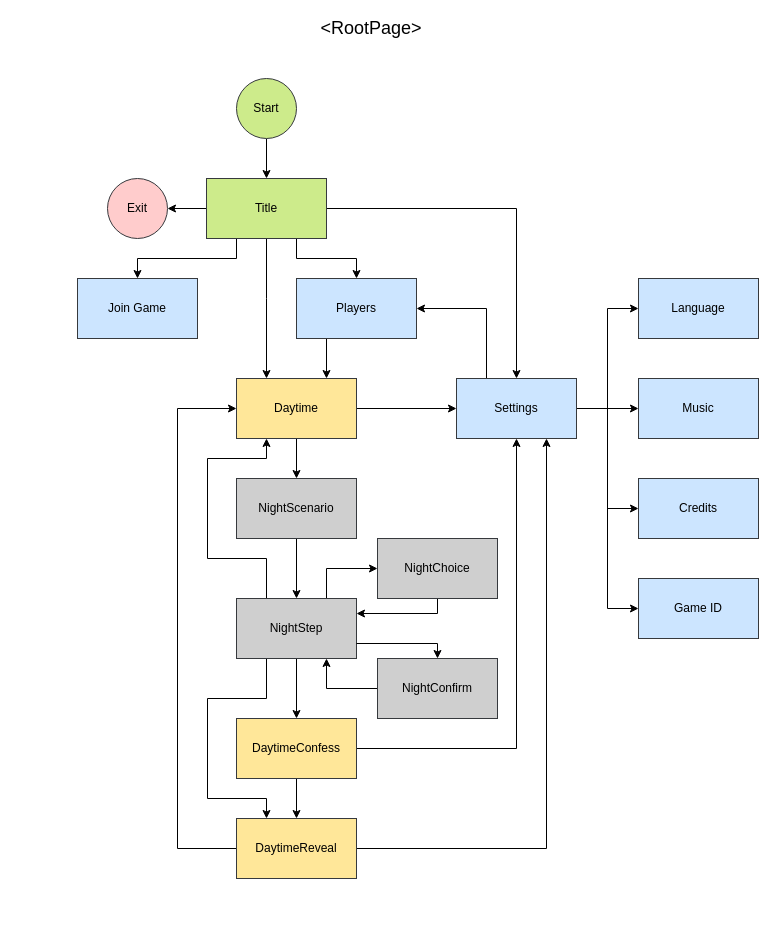
The draw.io diagram doc/Salem1692Moderator.drawio in ruittenb/salem-1692, before the edit. Source tidied: cells renumbered, new cells numbered last; positions are measured from the earlier drawing's top-left corner, leaving out a move shared by most shapes. Both pictures are drawn from the tidied source at 100%, with x=0, y=0 at pixel (77, 18).
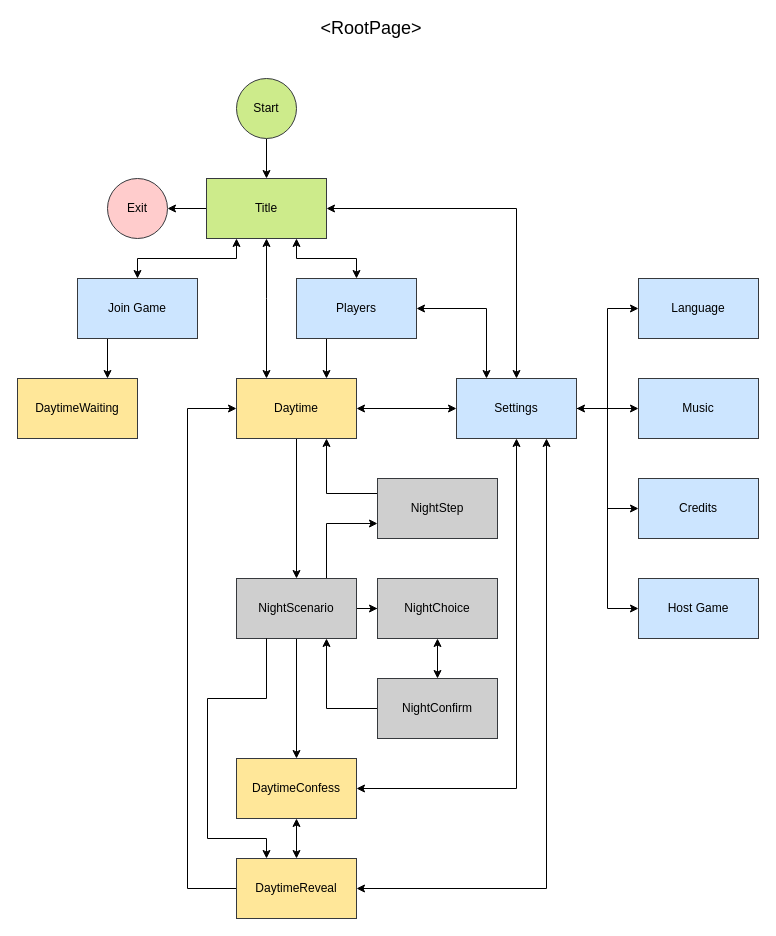
The same diagram, later.

Unchanged cells that the change refers to:
```xml
<mxCell id="7" value="Title" style="rounded=0;whiteSpace=wrap;html=1;fillColor=#cdeb8b;strokeColor=#36393d;" parent="1" vertex="1">
  <mxGeometry x="129" y="160" width="120" height="60" as="geometry" />
</mxCell>
<mxCell id="13" value="Settings" style="rounded=0;whiteSpace=wrap;html=1;fillColor=#cce5ff;strokeColor=#36393d;" parent="1" vertex="1">
  <mxGeometry x="379" y="360" width="120" height="60" as="geometry" />
</mxCell>
<mxCell id="18" value="Players" style="rounded=0;whiteSpace=wrap;html=1;fillColor=#cce5ff;strokeColor=#36393d;" parent="1" vertex="1">
  <mxGeometry x="219" y="260" width="120" height="60" as="geometry" />
</mxCell>
<mxCell id="20" value="Music" style="rounded=0;whiteSpace=wrap;html=1;fillColor=#cce5ff;strokeColor=#36393d;" parent="1" vertex="1">
  <mxGeometry x="561" y="360" width="120" height="60" as="geometry" />
</mxCell>
<mxCell id="25" value="Daytime" style="rounded=0;whiteSpace=wrap;html=1;strokeColor=#36393d;fillColor=#FFE799;" parent="1" vertex="1">
  <mxGeometry x="159" y="360" width="120" height="60" as="geometry" />
</mxCell>
<mxCell id="43" value="Join Game" style="rounded=0;whiteSpace=wrap;html=1;fillColor=#cce5ff;strokeColor=#36393d;" parent="1" vertex="1">
  <mxGeometry y="260" width="120" height="60" as="geometry" />
</mxCell>
```

The edit, as a diff of the source:
```diff
@@
-    <mxCell id="2" style="edgeStyle=orthogonalEdgeStyle;rounded=0;jettySize=auto;html=1;" parent="1" edge="1" source="7" target="13">
+    <mxCell id="2" style="edgeStyle=orthogonalEdgeStyle;rounded=0;jettySize=auto;html=1;startArrow=classic;startFill=1;" parent="1" edge="1" source="7" target="13">
       <mxGeometry relative="1" as="geometry" />
     </mxCell>
@@
-    <mxCell id="4" style="edgeStyle=orthogonalEdgeStyle;rounded=0;jettySize=auto;html=1;exitX=0.5;exitY=1;exitDx=0;exitDy=0;entryX=0.25;entryY=0;entryDx=0;entryDy=0;" parent="1" edge="1" source="7" target="25">
+    <mxCell id="4" style="edgeStyle=orthogonalEdgeStyle;rounded=0;jettySize=auto;html=1;exitX=0.5;exitY=1;exitDx=0;exitDy=0;entryX=0.25;entryY=0;entryDx=0;entryDy=0;startArrow=classic;startFill=1;" parent="1" edge="1" source="7" target="25">
       <mxGeometry relative="1" as="geometry">
         <Array as="points">
           <mxPoint x="189" y="280" />
           <mxPoint x="189" y="280" />
         </Array>
       </mxGeometry>
     </mxCell>
-    <mxCell id="5" style="edgeStyle=orthogonalEdgeStyle;rounded=0;jettySize=auto;html=1;entryX=0.5;entryY=0;entryDx=0;entryDy=0;exitX=0.75;exitY=1;exitDx=0;exitDy=0;" parent="1" edge="1" source="7" target="18">
+    <mxCell id="5" style="edgeStyle=orthogonalEdgeStyle;rounded=0;jettySize=auto;html=1;entryX=0.5;entryY=0;entryDx=0;entryDy=0;exitX=0.75;exitY=1;exitDx=0;exitDy=0;startArrow=classic;startFill=1;" parent="1" edge="1" source="7" target="18">
       <mxGeometry relative="1" as="geometry" />
     </mxCell>
-    <mxCell id="6" style="edgeStyle=orthogonalEdgeStyle;rounded=0;jettySize=auto;html=1;exitX=0.25;exitY=1;exitDx=0;exitDy=0;entryX=0.5;entryY=0;entryDx=0;entryDy=0;" parent="1" edge="1" source="7" target="43">
+    <mxCell id="6" style="edgeStyle=orthogonalEdgeStyle;rounded=0;jettySize=auto;html=1;exitX=0.25;exitY=1;exitDx=0;exitDy=0;entryX=0.5;entryY=0;entryDx=0;entryDy=0;startArrow=classic;startFill=1;" parent="1" edge="1" source="7" target="43">
       <mxGeometry relative="1" as="geometry" />
     </mxCell>
@@
-    <mxCell id="8" style="edgeStyle=orthogonalEdgeStyle;rounded=0;jettySize=auto;html=1;entryX=1;entryY=0.5;entryDx=0;entryDy=0;exitX=0.25;exitY=0;exitDx=0;exitDy=0;" parent="1" edge="1" source="13" target="18">
+    <mxCell id="8" style="edgeStyle=orthogonalEdgeStyle;rounded=0;jettySize=auto;html=1;entryX=1;entryY=0.5;entryDx=0;entryDy=0;exitX=0.25;exitY=0;exitDx=0;exitDy=0;startArrow=classic;startFill=1;" parent="1" edge="1" source="13" target="18">
       <mxGeometry relative="1" as="geometry" />
     </mxCell>
@@
-    <mxCell id="10" style="edgeStyle=orthogonalEdgeStyle;rounded=0;jettySize=auto;html=1;" parent="1" edge="1" source="13" target="20">
+    <mxCell id="10" style="edgeStyle=orthogonalEdgeStyle;rounded=0;jettySize=auto;html=1;startArrow=classic;startFill=1;" parent="1" edge="1" source="13" target="20">
       <mxGeometry relative="1" as="geometry" />
     </mxCell>
@@
-    <mxCell id="22" value="Game ID" style="rounded=0;whiteSpace=wrap;html=1;fillColor=#cce5ff;strokeColor=#36393d;" parent="1" vertex="1">
+    <mxCell id="22" value="Host Game" style="rounded=0;whiteSpace=wrap;html=1;fillColor=#cce5ff;strokeColor=#36393d;" parent="1" vertex="1">
       <mxGeometry x="561" y="560" width="120" height="60" as="geometry" />
     </mxCell>
-    <mxCell id="23" style="edgeStyle=orthogonalEdgeStyle;rounded=0;jettySize=auto;html=1;entryX=0;entryY=0.5;entryDx=0;entryDy=0;" parent="1" edge="1" source="25" target="13">
+    <mxCell id="23" style="edgeStyle=orthogonalEdgeStyle;rounded=0;jettySize=auto;html=1;entryX=0;entryY=0.5;entryDx=0;entryDy=0;startArrow=classic;startFill=1;" parent="1" edge="1" source="25" target="13">
       <mxGeometry relative="1" as="geometry" />
     </mxCell>
-    <mxCell id="24" style="edgeStyle=orthogonalEdgeStyle;rounded=0;jettySize=auto;html=1;" parent="1" edge="1" source="25" target="29">
+    <mxCell id="24" style="edgeStyle=orthogonalEdgeStyle;rounded=0;jettySize=auto;html=1;startArrow=none;startFill=0;" parent="1" edge="1" source="25" target="29">
       <mxGeometry relative="1" as="geometry" />
     </mxCell>
@@
+    <mxCell id="46" style="edgeStyle=orthogonalEdgeStyle;rounded=0;jettySize=auto;html=1;startArrow=none;startFill=0;" parent="1" edge="1" source="29" target="39">
+      <mxGeometry relative="1" as="geometry" />
+    </mxCell>
+    <mxCell id="28" style="edgeStyle=orthogonalEdgeStyle;rounded=0;jettySize=auto;html=1;exitX=0.75;exitY=0;exitDx=0;exitDy=0;entryX=0;entryY=0.75;entryDx=0;entryDy=0;startArrow=none;startFill=0;" parent="1" edge="1" source="29" target="34">
+      <mxGeometry relative="1" as="geometry" />
+    </mxCell>
+    <mxCell id="47" style="edgeStyle=orthogonalEdgeStyle;rounded=0;jettySize=auto;html=1;exitX=0.75;exitY=1;exitDx=0;exitDy=0;entryX=0;entryY=0.5;entryDx=0;entryDy=0;startArrow=classic;startFill=1;endArrow=none;endFill=0;" parent="1" edge="1" source="29" target="45">
+      <mxGeometry relative="1" as="geometry" />
+    </mxCell>
+    <mxCell id="48" style="edgeStyle=orthogonalEdgeStyle;rounded=0;jettySize=auto;html=1;entryX=0;entryY=0.5;entryDx=0;entryDy=0;startArrow=none;startFill=0;" parent="1" edge="1" source="29" target="36">
+      <mxGeometry relative="1" as="geometry" />
+    </mxCell>
+    <mxCell id="29" value="NightScenario" style="rounded=0;whiteSpace=wrap;html=1;strokeColor=#36393d;fillColor=#CFCFCF;" parent="1" vertex="1">
+      <mxGeometry x="159" y="560" width="120" height="60" as="geometry" />
+    </mxCell>
+    <mxCell id="31" style="edgeStyle=orthogonalEdgeStyle;rounded=0;jettySize=auto;html=1;exitX=0.25;exitY=1;exitDx=0;exitDy=0;entryX=0.25;entryY=0;entryDx=0;entryDy=0;" parent="1" edge="1" source="29" target="42">
+      <mxGeometry relative="1" as="geometry">
+        <Array as="points">
+          <mxPoint x="189" y="680" />
+          <mxPoint x="130" y="680" />
+          <mxPoint x="130" y="820" />
+          <mxPoint x="189" y="820" />
+        </Array>
+      </mxGeometry>
+    </mxCell>
-    <mxCell id="27" style="edgeStyle=orthogonalEdgeStyle;rounded=0;jettySize=auto;html=1;exitX=0.25;exitY=0;exitDx=0;exitDy=0;entryX=0.25;entryY=1;entryDx=0;entryDy=0;" parent="1" edge="1" source="34" target="25">
-      <mxGeometry relative="1" as="geometry">
-        <Array as="points">
-          <mxPoint x="189" y="540" />
-          <mxPoint x="130" y="540" />
-          <mxPoint x="130" y="440" />
-          <mxPoint x="189" y="440" />
-        </Array>
-      </mxGeometry>
+    <mxCell id="27" style="edgeStyle=orthogonalEdgeStyle;rounded=0;jettySize=auto;html=1;exitX=0;exitY=0.25;exitDx=0;exitDy=0;entryX=0.75;entryY=1;entryDx=0;entryDy=0;startArrow=none;startFill=0;" parent="1" edge="1" source="34" target="25">
+      <mxGeometry relative="1" as="geometry" />
     </mxCell>
-    <mxCell id="28" style="edgeStyle=orthogonalEdgeStyle;rounded=0;jettySize=auto;html=1;" parent="1" edge="1" source="29" target="34">
-      <mxGeometry relative="1" as="geometry" />
-    </mxCell>
-    <mxCell id="29" value="NightScenario" style="rounded=0;whiteSpace=wrap;html=1;strokeColor=#36393d;fillColor=#CFCFCF;" parent="1" vertex="1">
-      <mxGeometry x="159" y="460" width="120" height="60" as="geometry" />
-    </mxCell>
-    <mxCell id="30" style="edgeStyle=orthogonalEdgeStyle;rounded=0;jettySize=auto;html=1;" parent="1" edge="1" source="34" target="39">
-      <mxGeometry relative="1" as="geometry" />
-    </mxCell>
-    <mxCell id="31" style="edgeStyle=orthogonalEdgeStyle;rounded=0;jettySize=auto;html=1;exitX=0.25;exitY=1;exitDx=0;exitDy=0;entryX=0.25;entryY=0;entryDx=0;entryDy=0;" parent="1" edge="1" source="34" target="42">
-      <mxGeometry relative="1" as="geometry">
-        <Array as="points">
-          <mxPoint x="189" y="680" />
-          <mxPoint x="130" y="680" />
-          <mxPoint x="130" y="780" />
-          <mxPoint x="189" y="780" />
-        </Array>
-      </mxGeometry>
-    </mxCell>
-    <mxCell id="32" style="edgeStyle=orthogonalEdgeStyle;rounded=0;jettySize=auto;html=1;exitX=0.75;exitY=0;exitDx=0;exitDy=0;entryX=0;entryY=0.5;entryDx=0;entryDy=0;" parent="1" edge="1" source="34" target="36">
-      <mxGeometry relative="1" as="geometry" />
-    </mxCell>
-    <mxCell id="33" style="edgeStyle=orthogonalEdgeStyle;rounded=0;jettySize=auto;html=1;exitX=0.75;exitY=1;exitDx=0;exitDy=0;entryX=0;entryY=0.5;entryDx=0;entryDy=0;startArrow=classic;startFill=1;endArrow=none;endFill=0;" parent="1" edge="1" source="34" target="45">
-      <mxGeometry relative="1" as="geometry" />
-    </mxCell>
     <mxCell id="34" value="NightStep" style="rounded=0;whiteSpace=wrap;html=1;strokeColor=#36393d;fillColor=#CFCFCF;" parent="1" vertex="1">
-      <mxGeometry x="159" y="580" width="120" height="60" as="geometry" />
+      <mxGeometry x="300" y="460" width="120" height="60" as="geometry" />
     </mxCell>
-    <mxCell id="35" style="edgeStyle=orthogonalEdgeStyle;rounded=0;jettySize=auto;html=1;entryX=1;entryY=0.25;entryDx=0;entryDy=0;exitX=0.5;exitY=1;exitDx=0;exitDy=0;" parent="1" edge="1" source="36" target="34">
-      <mxGeometry relative="1" as="geometry">
-        <Array as="points">
-          <mxPoint x="360" y="595" />
-        </Array>
-      </mxGeometry>
-    </mxCell>
+    <mxCell id="49" style="edgeStyle=orthogonalEdgeStyle;rounded=0;jettySize=auto;html=1;startArrow=classic;startFill=1;" parent="1" edge="1" source="36" target="45">
+      <mxGeometry relative="1" as="geometry" />
+    </mxCell>
     <mxCell id="36" value="NightChoice" style="rounded=0;whiteSpace=wrap;html=1;strokeColor=#36393d;fillColor=#CFCFCF;" parent="1" vertex="1">
-      <mxGeometry x="300" y="520" width="120" height="60" as="geometry" />
+      <mxGeometry x="300" y="560" width="120" height="60" as="geometry" />
     </mxCell>
-    <mxCell id="37" style="edgeStyle=orthogonalEdgeStyle;rounded=0;jettySize=auto;html=1;" parent="1" edge="1" source="39" target="42">
+    <mxCell id="37" style="edgeStyle=orthogonalEdgeStyle;rounded=0;jettySize=auto;html=1;startArrow=classic;startFill=1;" parent="1" edge="1" source="39" target="42">
       <mxGeometry relative="1" as="geometry" />
     </mxCell>
-    <mxCell id="38" style="edgeStyle=orthogonalEdgeStyle;rounded=0;jettySize=auto;html=1;" parent="1" edge="1" source="39" target="13">
+    <mxCell id="38" style="edgeStyle=orthogonalEdgeStyle;rounded=0;jettySize=auto;html=1;startArrow=classic;startFill=1;" parent="1" edge="1" source="39" target="13">
       <mxGeometry relative="1" as="geometry" />
     </mxCell>
     <mxCell id="39" value="DaytimeConfess" style="rounded=0;whiteSpace=wrap;html=1;strokeColor=#36393d;fillColor=#FFE799;" parent="1" vertex="1">
-      <mxGeometry x="159" y="700" width="120" height="60" as="geometry" />
+      <mxGeometry x="159" y="740" width="120" height="60" as="geometry" />
     </mxCell>
-    <mxCell id="40" style="edgeStyle=orthogonalEdgeStyle;rounded=0;jettySize=auto;html=1;entryX=0.75;entryY=1;entryDx=0;entryDy=0;" parent="1" edge="1" source="42" target="13">
+    <mxCell id="40" style="edgeStyle=orthogonalEdgeStyle;rounded=0;jettySize=auto;html=1;entryX=0.75;entryY=1;entryDx=0;entryDy=0;startArrow=classic;startFill=1;" parent="1" edge="1" source="42" target="13">
       <mxGeometry relative="1" as="geometry" />
     </mxCell>
     <mxCell id="41" style="edgeStyle=orthogonalEdgeStyle;rounded=0;jettySize=auto;html=1;entryX=0;entryY=0.5;entryDx=0;entryDy=0;exitX=0;exitY=0.5;exitDx=0;exitDy=0;" parent="1" edge="1" source="42" target="25">
       <mxGeometry relative="1" as="geometry">
         <Array as="points">
-          <mxPoint x="100" y="830" />
-          <mxPoint x="100" y="390" />
+          <mxPoint x="110" y="870" />
+          <mxPoint x="110" y="390" />
         </Array>
       </mxGeometry>
     </mxCell>
     <mxCell id="42" value="DaytimeReveal" style="rounded=0;whiteSpace=wrap;html=1;strokeColor=#36393d;fillColor=#FFE799;" parent="1" vertex="1">
-      <mxGeometry x="159" y="800" width="120" height="60" as="geometry" />
+      <mxGeometry x="159" y="840" width="120" height="60" as="geometry" />
     </mxCell>
+    <mxCell id="50" style="edgeStyle=orthogonalEdgeStyle;rounded=0;jettySize=auto;html=1;exitX=0.25;exitY=1;exitDx=0;exitDy=0;entryX=0.75;entryY=0;entryDx=0;entryDy=0;startArrow=none;startFill=0;" parent="1" edge="1" source="43" target="51">
+      <mxGeometry relative="1" as="geometry" />
+    </mxCell>
@@
-    <mxCell id="44" style="edgeStyle=orthogonalEdgeStyle;rounded=0;jettySize=auto;html=1;entryX=1;entryY=0.75;entryDx=0;entryDy=0;exitX=0.5;exitY=0;exitDx=0;exitDy=0;startArrow=classic;startFill=1;endArrow=none;endFill=0;" parent="1" edge="1" source="45" target="34">
-      <mxGeometry relative="1" as="geometry">
-        <Array as="points">
-          <mxPoint x="360" y="625" />
-        </Array>
-      </mxGeometry>
-    </mxCell>
     <mxCell id="45" value="NightConfirm" style="rounded=0;whiteSpace=wrap;html=1;strokeColor=#36393d;fillColor=#CFCFCF;" parent="1" vertex="1">
-      <mxGeometry x="300" y="640" width="120" height="60" as="geometry" />
+      <mxGeometry x="300" y="660" width="120" height="60" as="geometry" />
     </mxCell>
+    <mxCell id="51" value="DaytimeWaiting" style="rounded=0;whiteSpace=wrap;html=1;strokeColor=#36393d;fillColor=#FFE799;" parent="1" vertex="1">
+      <mxGeometry x="-60" y="360" width="120" height="60" as="geometry" />
+    </mxCell>
```
